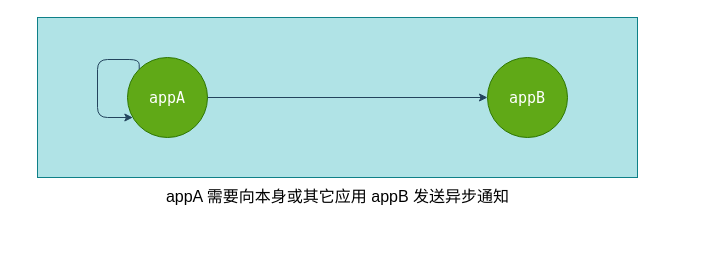
Above: NotifyAgent.drawio in dendi875/draw (draw.io), before the change. Source tidied: cells renumbered, new cells numbered last; positions are measured from the earlier drawing's top-left corner, leaving out a move shared by most shapes. Both pictures are drawn from the tidied source at 100%, with x=0, y=0 at pixel (37, 17).
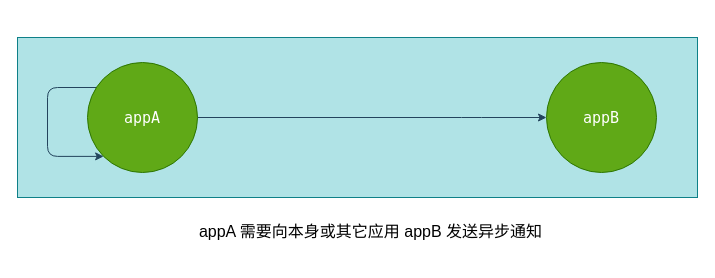
The same page after the edit.

Diff of the diagram source:
```diff
@@
 <mxGraphModel>
   <root>
     <mxCell id="0" />
     <mxCell id="1" parent="0" />
-    <mxCell id="2" style="rounded=0;whiteSpace=wrap;html=1;fontFamily=Lucida Console;fontSize=15;fillColor=#b0e3e6;strokeColor=#0e8088;" parent="1" vertex="1">
-      <mxGeometry width="600" height="160" as="geometry" />
-    </mxCell>
+    <mxCell id="9" style="rounded=0;whiteSpace=wrap;html=1;fontFamily=Lucida Console;fontSize=15;fillColor=#b0e3e6;strokeColor=#0e8088;" parent="1" vertex="1">
+      <mxGeometry x="-20" y="20" width="680" height="160" as="geometry" />
+    </mxCell>
+    <mxCell id="10" style="endArrow=classic;html=1;fontFamily=Lucida Console;fontSize=15;exitX=1;exitY=0.5;exitDx=0;exitDy=0;fillColor=#bac8d3;strokeColor=#23445d;entryX=0;entryY=0.5;entryDx=0;entryDy=0;" parent="1" edge="1" source="3" target="4">
+      <mxGeometry relative="1" as="geometry">
+        <Array as="points">
+          <mxPoint x="434" y="100" />
+        </Array>
+      </mxGeometry>
+    </mxCell>
+    <mxCell id="11" style="edgeStyle=elbowEdgeStyle;elbow=horizontal;endArrow=classic;html=1;fontFamily=Lucida Console;fontSize=15;exitX=0;exitY=0.5;exitDx=0;exitDy=0;" parent="1" edge="1" target="9">
+      <mxGeometry relative="1" as="geometry">
+        <mxPoint x="74" y="100" as="sourcePoint" />
+        <Array as="points">
+          <mxPoint x="34" y="140" />
+          <mxPoint x="44" y="150" />
+          <mxPoint x="54" y="100" />
+        </Array>
+      </mxGeometry>
+    </mxCell>
+    <mxCell id="7" style="edgeStyle=segmentEdgeStyle;endArrow=classic;html=1;fontFamily=Lucida Console;fontSize=15;fillColor=#bac8d3;strokeColor=#23445d;entryX=0;entryY=1;entryDx=0;entryDy=0;" parent="1" edge="1" source="3" target="3">
+      <mxGeometry relative="1" as="geometry">
+        <Array as="points">
+          <mxPoint x="10" y="70" />
+          <mxPoint x="10" y="139" />
+        </Array>
+      </mxGeometry>
+    </mxCell>
+    <mxCell id="8" value="&lt;font style=&quot;font-size: 16px&quot;&gt;&lt;br&gt;&lt;br&gt;&lt;br&gt;appA 需要向本身或其它应用 appB 发送异步通知&lt;br&gt;&lt;/font&gt;&lt;div style=&quot;text-align: left ; font-size: 16px&quot;&gt;&lt;br style=&quot;font-family: &amp;#34;lucida console&amp;#34;&quot;&gt;&lt;/div&gt;" style="text;html=1;align=center;verticalAlign=middle;" parent="1" vertex="1">
+      <mxGeometry x="153" y="155" width="360" height="80" as="geometry" />
+    </mxCell>
-    <mxCell id="3" value="appA" style="ellipse;whiteSpace=wrap;html=1;fontFamily=Lucida Console;fontSize=15;fillColor=#60a917;strokeColor=#2D7600;fontColor=#ffffff;" parent="1" vertex="1">
-      <mxGeometry x="90" y="40" width="80" height="80" as="geometry" />
+    <mxCell id="3" value="appA" style="ellipse;whiteSpace=wrap;html=1;fontFamily=Lucida Console;fontSize=15;fillColor=#60a917;strokeColor=#2D7600;fontColor=#ffffff;align=center;" parent="1" vertex="1">
+      <mxGeometry x="50" y="45" width="110" height="110" as="geometry" />
     </mxCell>
-    <mxCell id="4" value="appB" style="ellipse;whiteSpace=wrap;html=1;fontFamily=Lucida Console;fontSize=15;fillColor=#60a917;strokeColor=#2D7600;fontColor=#ffffff;" parent="1" vertex="1">
-      <mxGeometry x="450" y="40" width="80" height="80" as="geometry" />
+    <mxCell id="4" value="appB" style="ellipse;whiteSpace=wrap;html=1;fontFamily=Lucida Console;fontSize=15;fillColor=#60a917;strokeColor=#2D7600;fontColor=#ffffff;align=center;" parent="1" vertex="1">
+      <mxGeometry x="509" y="45" width="110" height="110" as="geometry" />
     </mxCell>
-    <mxCell id="5" style="endArrow=classic;html=1;fontFamily=Lucida Console;fontSize=15;exitX=1;exitY=0.5;exitDx=0;exitDy=0;fillColor=#bac8d3;strokeColor=#23445d;" parent="1" edge="1" source="3">
-      <mxGeometry relative="1" as="geometry">
-        <mxPoint x="450" y="80" as="targetPoint" />
-        <Array as="points">
-          <mxPoint x="450" y="80" />
-        </Array>
-      </mxGeometry>
-    </mxCell>
-    <mxCell id="6" style="edgeStyle=elbowEdgeStyle;elbow=horizontal;endArrow=classic;html=1;fontFamily=Lucida Console;fontSize=15;exitX=0;exitY=0.5;exitDx=0;exitDy=0;" parent="1" edge="1" source="3" target="2">
-      <mxGeometry relative="1" as="geometry">
-        <Array as="points">
-          <mxPoint x="50" y="120" />
-          <mxPoint x="60" y="130" />
-          <mxPoint x="70" y="80" />
-        </Array>
-      </mxGeometry>
-    </mxCell>
-    <mxCell id="7" style="edgeStyle=segmentEdgeStyle;endArrow=classic;html=1;fontFamily=Lucida Console;fontSize=15;exitX=0;exitY=0;exitDx=0;exitDy=0;fillColor=#bac8d3;strokeColor=#23445d;" parent="1" edge="1" source="3" target="3">
-      <mxGeometry relative="1" as="geometry">
-        <Array as="points">
-          <mxPoint x="102" y="42" />
-          <mxPoint x="60" y="42" />
-          <mxPoint x="60" y="100" />
-        </Array>
-      </mxGeometry>
-    </mxCell>
-    <mxCell id="8" value="&lt;font style=&quot;font-size: 16px&quot;&gt;&lt;br&gt;&lt;br&gt;&lt;br&gt;appA 需要向本身或其它应用 appB 发送异步通知&lt;br&gt;&lt;/font&gt;&lt;div style=&quot;text-align: left ; font-size: 16px&quot;&gt;&lt;br style=&quot;font-family: &amp;#34;lucida console&amp;#34;&quot;&gt;&lt;/div&gt;" style="text;html=1;align=center;verticalAlign=middle;" parent="1" vertex="1">
-      <mxGeometry x="120" y="120" width="360" height="80" as="geometry" />
-    </mxCell>
   </root>
 </mxGraphModel>
```
